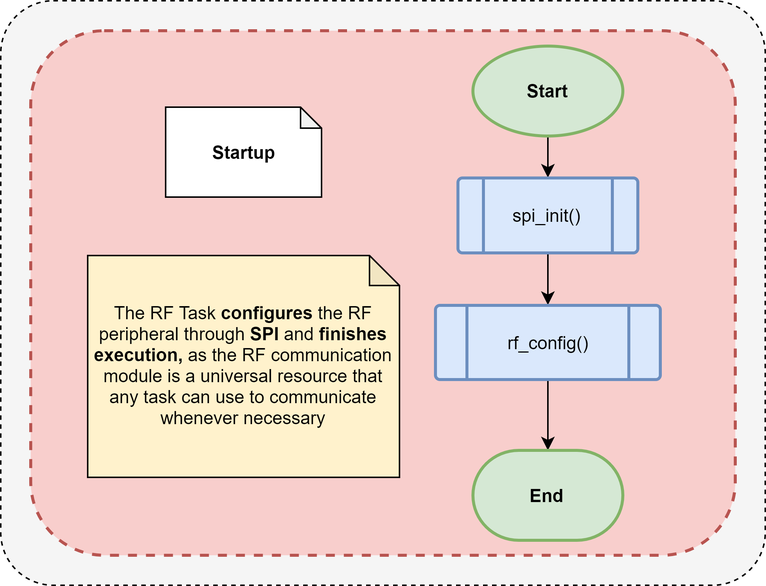
Above: 3. Design/3. Software Specification/rf_flowchart.png in esrg-silent-howl/zephyrus (draw.io), before the change. Source tidied: cells renumbered, new cells last; positions are measured from the earlier drawing's top-left corner, leaving out a move shared by most shapes. Its diagram source:
```xml
<mxGraphModel>
  <root>
    <mxCell id="0" />
    <mxCell id="1" parent="0" />
    <mxCell id="2" style="rounded=1;whiteSpace=wrap;html=1;dashed=1;fillColor=#f5f5f5;strokeColor=#000000;fontColor=#333333;arcSize=9;" parent="1" vertex="1">
      <mxGeometry width="510" height="390" as="geometry" />
    </mxCell>
    <mxCell id="3" style="rounded=1;whiteSpace=wrap;html=1;dashed=1;fillColor=#f8cecc;strokeColor=#b85450;arcSize=14;strokeWidth=2;" parent="1" vertex="1">
      <mxGeometry x="20" y="20" width="470" height="350" as="geometry" />
    </mxCell>
    <mxCell id="4" value="Startup&lt;span style=&quot;color: rgba(0 , 0 , 0 , 0) ; font-family: monospace ; font-size: 0px ; white-space: nowrap&quot;&gt;%3CmxGraphModel%3E%3Croot%3E%3CmxCell%20id%3D%220%22%2F%3E%3CmxCell%20id%3D%221%22%20parent%3D%220%22%2F%3E%3CmxCell%20id%3D%222%22%20value%3D%22Gyroscope%20and%20Accelerometer%20Module%20(MPU-6050)%26lt%3Bbr%20style%3D%26quot%3Bwhite-space%3A%20normal%26quot%3B%26gt%3B%26lt%3Bspan%20style%3D%26quot%3Bwhite-space%3A%20normal%26quot%3B%26gt%3Balways%20operates%20as%20a%20Slave%26amp%3Bnbsp%3B%26lt%3B%2Fspan%26gt%3B%22%20style%3D%22shape%3Dnote%3BwhiteSpace%3Dwrap%3Bhtml%3D1%3BbackgroundOutline%3D1%3BdarkOpacity%3D0.05%3Bsize%3D20%3BfillColor%3D%23fff2cc%3BstrokeColor%3D%23000000%3B%22%20vertex%3D%221%22%20parent%3D%221%22%3E%3CmxGeometry%20x%3D%22284%22%20y%3D%22540%22%20width%3D%22141%22%20height%3D%2290%22%20as%3D%22geometry%22%2F%3E%3C%2FmxCell%3E%3C%2Froot%3E%3C%2FmxGraphModel%3E&lt;/span&gt;" style="shape=note;whiteSpace=wrap;html=1;backgroundOutline=1;darkOpacity=0.05;size=14;fontStyle=1;" parent="1" vertex="1">
      <mxGeometry x="110" y="71" width="104" height="60" as="geometry" />
    </mxCell>
    <mxCell id="5" style="edgeStyle=orthogonalEdgeStyle;rounded=0;jettySize=auto;html=1;exitX=0.5;exitY=1;exitDx=0;exitDy=0;exitPerimeter=0;entryX=0.5;entryY=0;entryDx=0;entryDy=0;" parent="1" edge="1" source="6" target="8">
      <mxGeometry relative="1" as="geometry" />
    </mxCell>
    <mxCell id="6" value="Start" style="strokeWidth=2;html=1;shape=mxgraph.flowchart.start_1;whiteSpace=wrap;fillColor=#d5e8d4;strokeColor=#82b366;fontStyle=1;" parent="1" vertex="1">
      <mxGeometry x="315" y="30.2" width="100" height="60" as="geometry" />
    </mxCell>
    <mxCell id="7" style="edgeStyle=orthogonalEdgeStyle;rounded=0;jettySize=auto;html=1;exitX=0.5;exitY=1;exitDx=0;exitDy=0;entryX=0.5;entryY=0;entryDx=0;entryDy=0;" parent="1" edge="1" source="8" target="10">
      <mxGeometry relative="1" as="geometry" />
    </mxCell>
    <mxCell id="8" value="spi_init()" style="verticalLabelPosition=middle;verticalAlign=middle;html=1;shape=process;whiteSpace=wrap;rounded=1;size=0.14;arcSize=6;spacing=2;align=center;labelPosition=center;fillColor=#dae8fc;strokeColor=#6c8ebf;strokeWidth=2;" parent="1" vertex="1">
      <mxGeometry x="305" y="118.2" width="120" height="50" as="geometry" />
    </mxCell>
    <mxCell id="9" style="edgeStyle=orthogonalEdgeStyle;rounded=0;jettySize=auto;html=1;exitX=0.5;exitY=1;exitDx=0;exitDy=0;entryX=0.5;entryY=0;entryDx=0;entryDy=0;entryPerimeter=0;" parent="1" edge="1" source="10" target="11">
      <mxGeometry relative="1" as="geometry" />
    </mxCell>
    <mxCell id="10" value="rf_config()" style="verticalLabelPosition=middle;verticalAlign=middle;html=1;shape=process;whiteSpace=wrap;rounded=1;size=0.14;arcSize=6;spacing=2;align=center;labelPosition=center;fillColor=#dae8fc;strokeColor=#6c8ebf;strokeWidth=2;" parent="1" vertex="1">
      <mxGeometry x="290" y="203.2" width="150" height="49.5" as="geometry" />
    </mxCell>
    <mxCell id="11" value="&lt;b&gt;End&lt;/b&gt;" style="strokeWidth=2;html=1;shape=mxgraph.flowchart.terminator;whiteSpace=wrap;fillColor=#d5e8d4;strokeColor=#82b366;" parent="1" vertex="1">
      <mxGeometry x="315" y="300" width="100" height="60" as="geometry" />
    </mxCell>
    <mxCell id="12" value="The RF Task &lt;b&gt;configures &lt;/b&gt;the RF peripheral through &lt;b&gt;SPI &lt;/b&gt;and &lt;b&gt;finishes execution,&amp;nbsp;&lt;/b&gt;as&amp;nbsp;the RF communication module is a universal resource that any task can use to communicate whenever necessary" style="shape=note;html=1;backgroundOutline=1;darkOpacity=0.05;size=20;fillColor=#fff2cc;strokeColor=#000000;whiteSpace=wrap;" parent="1" vertex="1">
      <mxGeometry x="58" y="170" width="208" height="148" as="geometry" />
    </mxCell>
  </root>
</mxGraphModel>
```
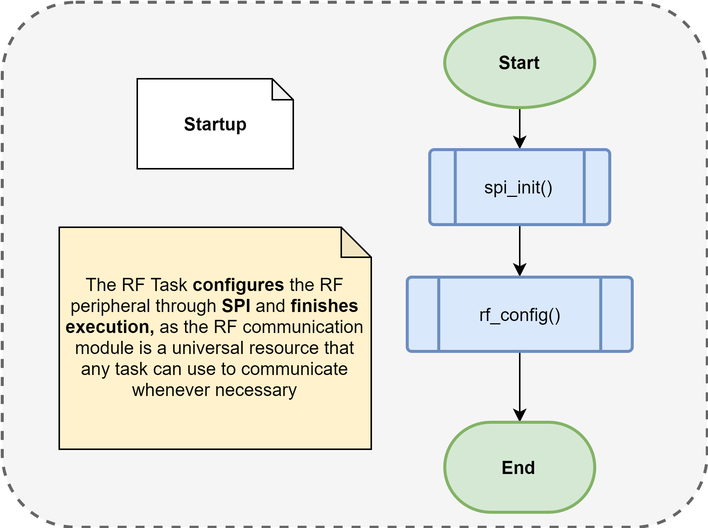
Later version of the same file.

Change to the diagram source:
```diff
@@ -2,10 +2,7 @@
   <root>
     <mxCell id="0" />
     <mxCell id="1" parent="0" />
-    <mxCell id="2" style="rounded=1;whiteSpace=wrap;html=1;dashed=1;fillColor=#f5f5f5;strokeColor=#000000;fontColor=#333333;arcSize=9;" parent="1" vertex="1">
-      <mxGeometry width="510" height="390" as="geometry" />
-    </mxCell>
-    <mxCell id="3" style="rounded=1;whiteSpace=wrap;html=1;dashed=1;fillColor=#f8cecc;strokeColor=#b85450;arcSize=14;strokeWidth=2;" parent="1" vertex="1">
+    <mxCell id="3" style="rounded=1;whiteSpace=wrap;html=1;dashed=1;fillColor=#f5f5f5;strokeColor=#666666;arcSize=14;strokeWidth=2;fontColor=#333333;" parent="1" vertex="1">
       <mxGeometry x="20" y="20" width="470" height="350" as="geometry" />
     </mxCell>
     <mxCell id="4" value="Startup&lt;span style=&quot;color: rgba(0 , 0 , 0 , 0) ; font-family: monospace ; font-size: 0px ; white-space: nowrap&quot;&gt;%3CmxGraphModel%3E%3Croot%3E%3CmxCell%20id%3D%220%22%2F%3E%3CmxCell%20id%3D%221%22%20parent%3D%220%22%2F%3E%3CmxCell%20id%3D%222%22%20value%3D%22Gyroscope%20and%20Accelerometer%20Module%20(MPU-6050)%26lt%3Bbr%20style%3D%26quot%3Bwhite-space%3A%20normal%26quot%3B%26gt%3B%26lt%3Bspan%20style%3D%26quot%3Bwhite-space%3A%20normal%26quot%3B%26gt%3Balways%20operates%20as%20a%20Slave%26amp%3Bnbsp%3B%26lt%3B%2Fspan%26gt%3B%22%20style%3D%22shape%3Dnote%3BwhiteSpace%3Dwrap%3Bhtml%3D1%3BbackgroundOutline%3D1%3BdarkOpacity%3D0.05%3Bsize%3D20%3BfillColor%3D%23fff2cc%3BstrokeColor%3D%23000000%3B%22%20vertex%3D%221%22%20parent%3D%221%22%3E%3CmxGeometry%20x%3D%22284%22%20y%3D%22540%22%20width%3D%22141%22%20height%3D%2290%22%20as%3D%22geometry%22%2F%3E%3C%2FmxCell%3E%3C%2Froot%3E%3C%2FmxGraphModel%3E&lt;/span&gt;" style="shape=note;whiteSpace=wrap;html=1;backgroundOutline=1;darkOpacity=0.05;size=14;fontStyle=1;" parent="1" vertex="1">
```
